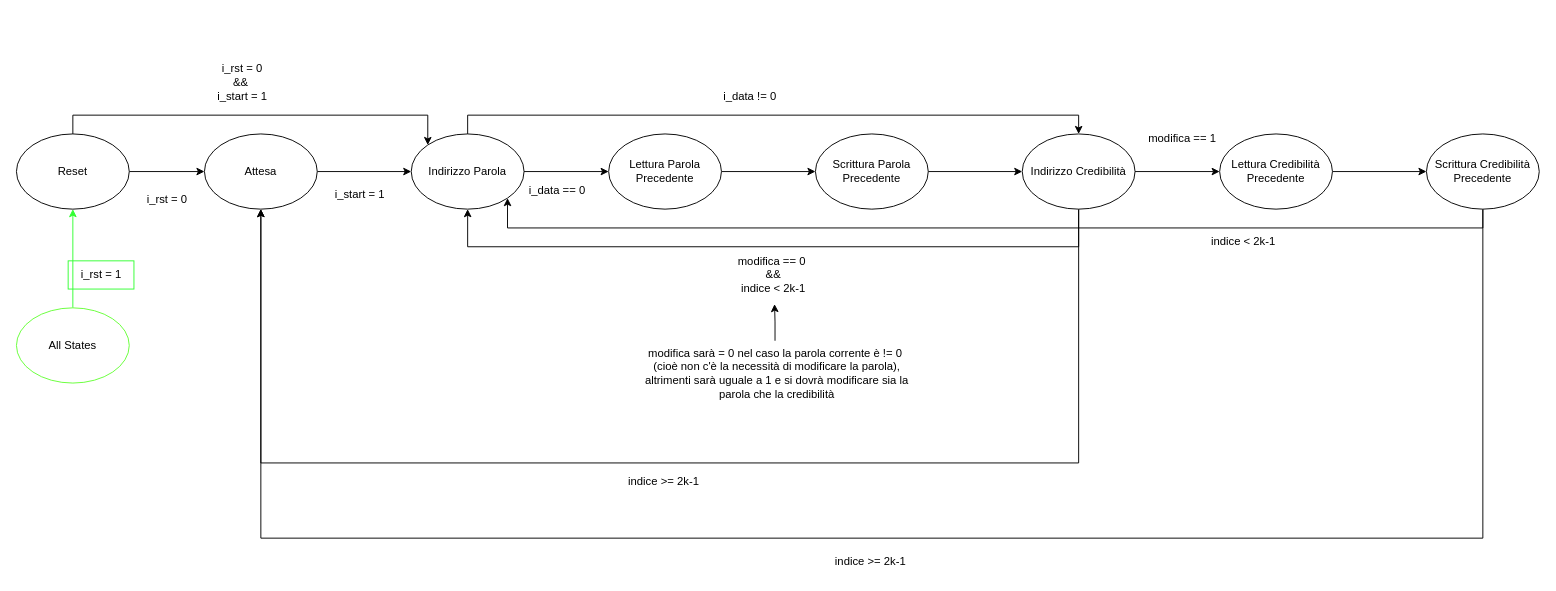
This is FSM_RL.drawio from orlandoparise/Progetto-Reti-Logiche-2023-2024, a draw.io file, before an edit. Source tidied: cells renumbered, new cells numbered last; positions are measured from the earlier drawing's top-left corner, leaving out a move shared by most shapes. Both pictures are drawn from the tidied source at 94%, with x=0, y=0 at pixel (16, 54).
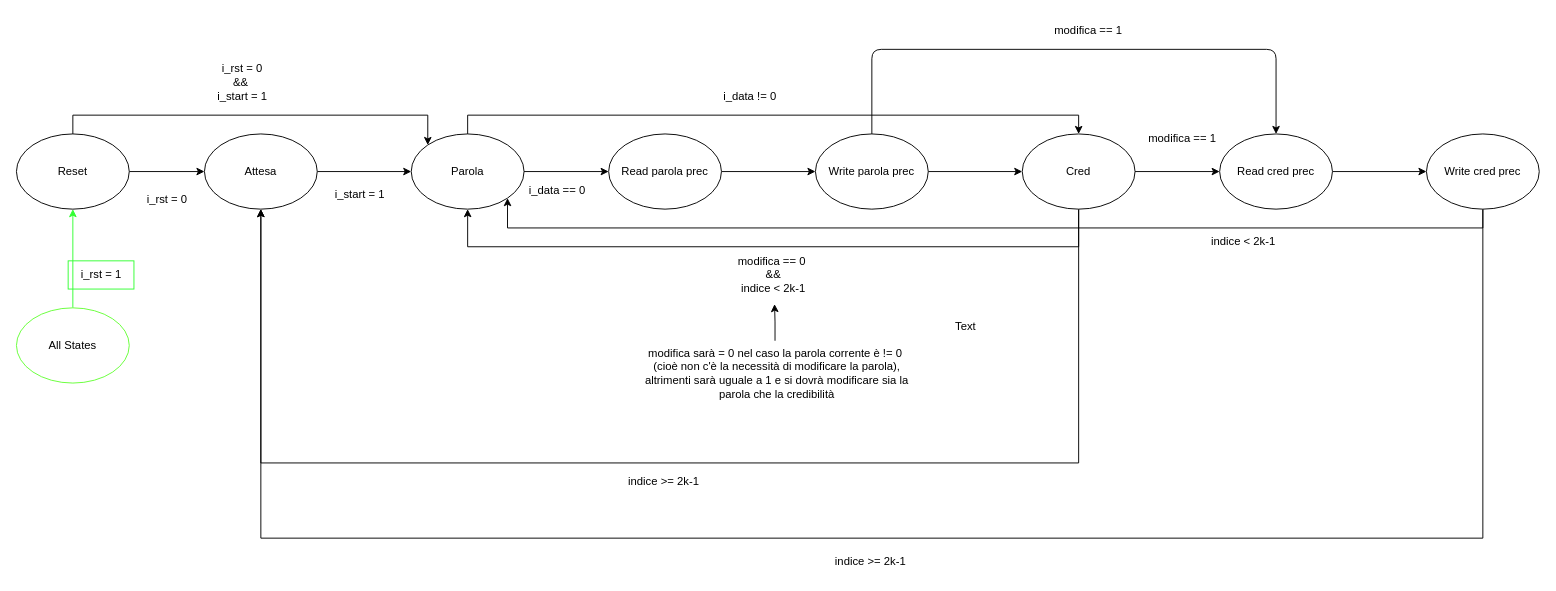
The same diagram, later.

Commit message:
new names to state according to vhdl code, added new transition

The edit, as a diff of the source:
```diff
@@
-    <mxCell id="3" value="Lettura Credibilità Precedente" style="ellipse;whiteSpace=wrap;html=1;" parent="1" vertex="1">
+    <mxCell id="3" value="Read cred prec" style="ellipse;whiteSpace=wrap;html=1;" parent="1" vertex="1">
       <mxGeometry x="1280" y="85" width="120" height="80" as="geometry" />
     </mxCell>
@@
-    <mxCell id="7" value="Indirizzo Credibilità" style="ellipse;whiteSpace=wrap;html=1;" parent="1" vertex="1">
+    <mxCell id="7" value="Cred" style="ellipse;whiteSpace=wrap;html=1;" parent="1" vertex="1">
       <mxGeometry x="1070" y="85" width="120" height="80" as="geometry" />
     </mxCell>
@@
-    <mxCell id="10" value="Scrittura Credibilità Precedente" style="ellipse;whiteSpace=wrap;html=1;" parent="1" vertex="1">
+    <mxCell id="10" value="Write cred prec" style="ellipse;whiteSpace=wrap;html=1;" parent="1" vertex="1">
       <mxGeometry x="1500" y="85" width="120" height="80" as="geometry" />
     </mxCell>
@@
-    <mxCell id="12" value="Lettura Parola Precedente" style="ellipse;whiteSpace=wrap;html=1;" parent="1" vertex="1">
+    <mxCell id="12" value="Read parola prec" style="ellipse;whiteSpace=wrap;html=1;" parent="1" vertex="1">
       <mxGeometry x="630" y="85" width="120" height="80" as="geometry" />
     </mxCell>
@@
-    <mxCell id="15" value="Indirizzo Parola" style="ellipse;whiteSpace=wrap;html=1;" parent="1" vertex="1">
+    <mxCell id="15" value="Parola" style="ellipse;whiteSpace=wrap;html=1;" parent="1" vertex="1">
       <mxGeometry x="420" y="85" width="120" height="80" as="geometry" />
     </mxCell>
@@
-    <mxCell id="22" value="Scrittura Parola Precedente" style="ellipse;whiteSpace=wrap;html=1;" parent="1" vertex="1">
+    <mxCell id="22" value="Write parola prec" style="ellipse;whiteSpace=wrap;html=1;" parent="1" vertex="1">
       <mxGeometry x="850" y="85" width="120" height="80" as="geometry" />
     </mxCell>
@@
+    <mxCell id="38" style="endArrow=classic;html=1;exitX=0.5;exitY=0;exitDx=0;exitDy=0;entryX=0.5;entryY=0;entryDx=0;entryDy=0;" parent="1" edge="1" source="22" target="3">
+      <mxGeometry relative="1" as="geometry">
+        <Array as="points">
+          <mxPoint x="910" y="-5" />
+          <mxPoint x="1340" y="-5" />
+        </Array>
+      </mxGeometry>
+    </mxCell>
+    <mxCell id="39" value="Text" style="text;html=1;strokeColor=none;fillColor=none;align=center;verticalAlign=middle;whiteSpace=wrap;rounded=0;" parent="1" vertex="1">
+      <mxGeometry x="980" y="275" width="60" height="30" as="geometry" />
+    </mxCell>
+    <mxCell id="40" value="modifica == 1" style="text;html=1;align=center;verticalAlign=middle;strokeColor=none;fillColor=none;" parent="1" vertex="1">
+      <mxGeometry x="1090" y="-40" width="100" height="30" as="geometry" />
+    </mxCell>
```
